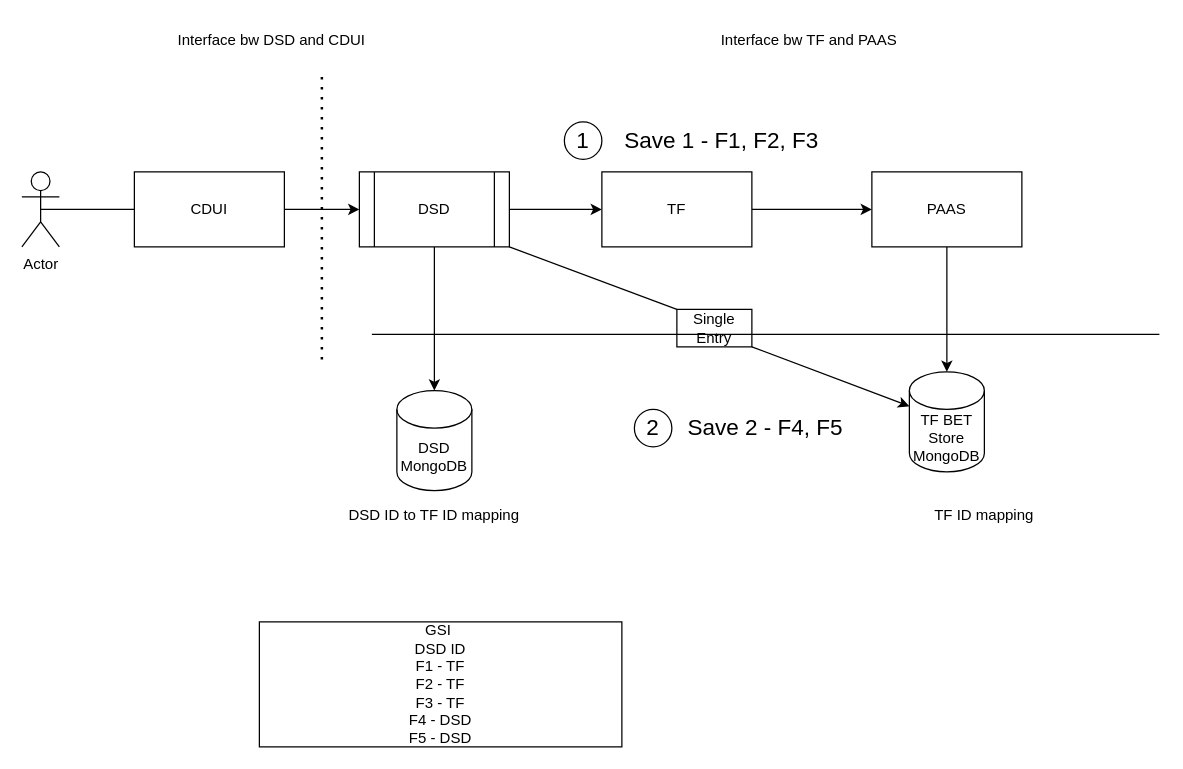
This is Untitled Diagram.drawio from bharathbv44/java, a draw.io file, before an edit. Source tidied: cells renumbered, new cells numbered last; positions are measured from the earlier drawing's top-left corner, leaving out a move shared by most shapes. Both pictures are drawn from the tidied source at 125%, with x=0, y=0 at pixel (21, 21).
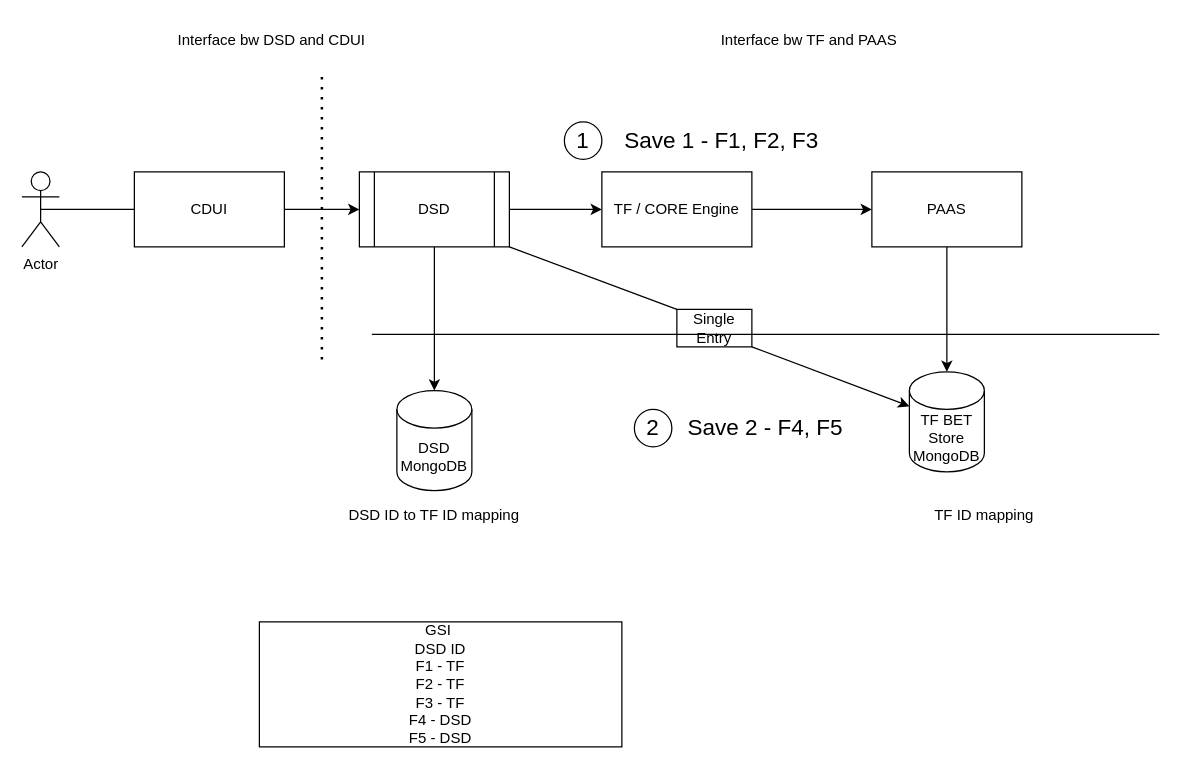
The same diagram, later.

Change to the diagram source:
```diff
@@
-    <mxCell id="7" value="TF" style="rounded=0;whiteSpace=wrap;html=1;" parent="1" vertex="1">
+    <mxCell id="7" value="TF / CORE Engine" style="rounded=0;whiteSpace=wrap;html=1;" parent="1" vertex="1">
       <mxGeometry x="464" y="120" width="120" height="60" as="geometry" />
     </mxCell>
```
